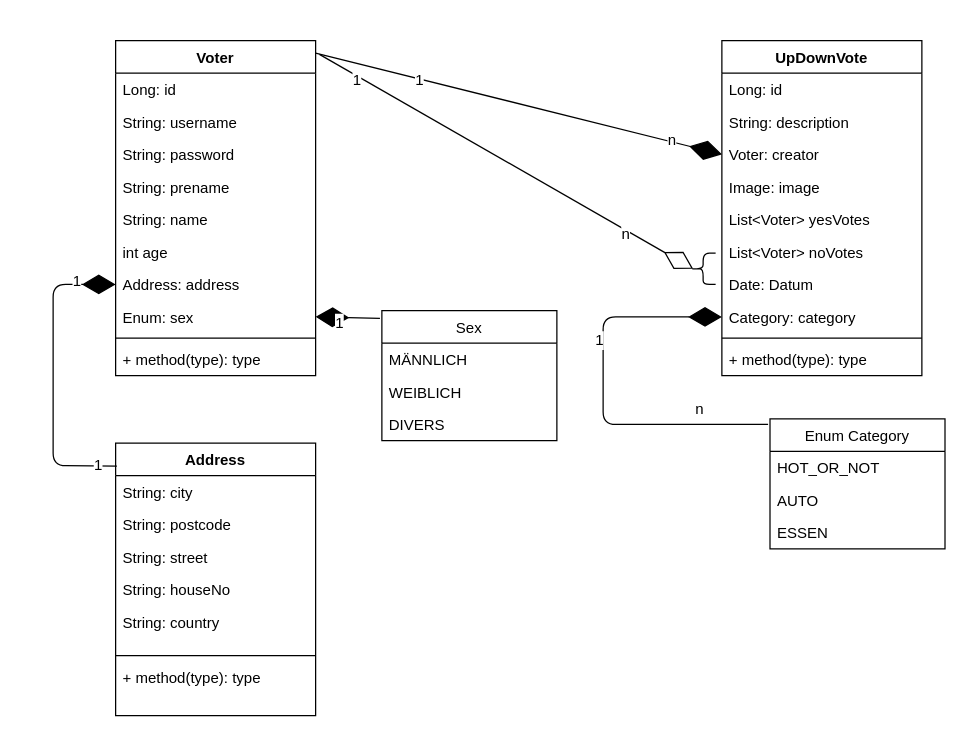
Earlier version of the draw.io diagram class-diagram.drawio (CodeWithFriendsKa/verteilte-systeme-vote-doku). Source tidied: cells renumbered, new cells numbered last; positions are measured from the earlier drawing's top-left corner, leaving out a move shared by most shapes. Both pictures are drawn from the tidied source at 125%, with x=0, y=0 at pixel (52, 40).
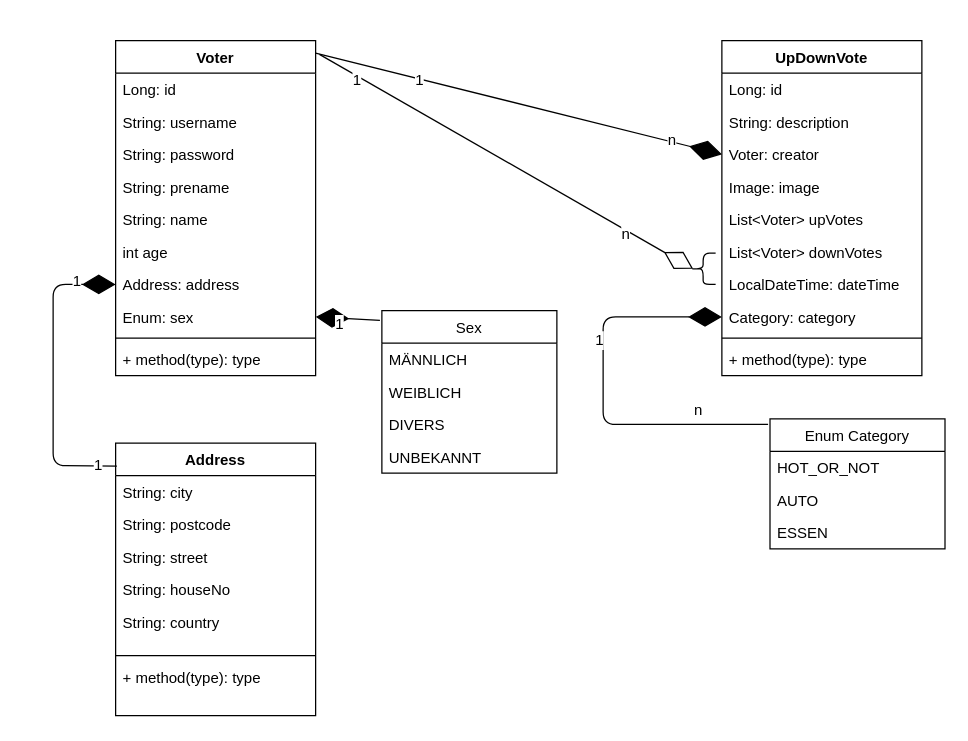
The same page after the edit.

Unchanged cells that the change refers to:
```xml
<mxCell id="13" value="UpDownVote" style="swimlane;fontStyle=1;align=center;verticalAlign=top;horizontal=1;startSize=26;" parent="1" vertex="1">
  <mxGeometry x="535" width="160" height="268" as="geometry" />
</mxCell>
```

The edit, as a diff of the source:
```diff
@@
-    <mxCell id="18" value="List&lt;Voter&gt; yesVotes" style="text;strokeColor=none;fillColor=none;align=left;verticalAlign=top;spacingLeft=4;spacingRight=4;overflow=hidden;" parent="13" vertex="1">
+    <mxCell id="18" value="List&lt;Voter&gt; upVotes" style="text;strokeColor=none;fillColor=none;align=left;verticalAlign=top;spacingLeft=4;spacingRight=4;overflow=hidden;" parent="13" vertex="1">
       <mxGeometry y="130" width="160" height="26" as="geometry" />
     </mxCell>
-    <mxCell id="19" value="List&lt;Voter&gt; noVotes" style="text;strokeColor=none;fillColor=none;align=left;verticalAlign=top;spacingLeft=4;spacingRight=4;overflow=hidden;" parent="13" vertex="1">
+    <mxCell id="19" value="List&lt;Voter&gt; downVotes" style="text;strokeColor=none;fillColor=none;align=left;verticalAlign=top;spacingLeft=4;spacingRight=4;overflow=hidden;" parent="13" vertex="1">
       <mxGeometry y="156" width="160" height="26" as="geometry" />
     </mxCell>
-    <mxCell id="20" value="Date: Datum" style="text;strokeColor=none;fillColor=none;align=left;verticalAlign=top;spacingLeft=4;spacingRight=4;overflow=hidden;" parent="13" vertex="1">
+    <mxCell id="20" value="LocalDateTime: dateTime" style="text;strokeColor=none;fillColor=none;align=left;verticalAlign=top;spacingLeft=4;spacingRight=4;overflow=hidden;" parent="13" vertex="1">
       <mxGeometry y="182" width="160" height="26" as="geometry" />
     </mxCell>
@@
     <mxCell id="48" value="Sex" style="swimlane;fontStyle=0;horizontal=1;startSize=26;fillColor=none;" parent="1" vertex="1">
-      <mxGeometry x="263" y="216" width="140" height="104" as="geometry" />
+      <mxGeometry x="263" y="216" width="140" height="130" as="geometry" />
     </mxCell>
@@
-    <mxCell id="51" value="DIVERS" style="text;strokeColor=none;fillColor=none;align=left;verticalAlign=top;spacingLeft=4;spacingRight=4;overflow=hidden;" parent="48" vertex="1">
+    <mxCell id="51" value="DIVERS&#10;" style="text;strokeColor=none;fillColor=none;align=left;verticalAlign=top;spacingLeft=4;spacingRight=4;overflow=hidden;" parent="48" vertex="1">
       <mxGeometry y="78" width="140" height="26" as="geometry" />
     </mxCell>
+    <mxCell id="55" value="UNBEKANNT&#10;" style="text;strokeColor=none;fillColor=none;align=left;verticalAlign=top;spacingLeft=4;spacingRight=4;overflow=hidden;" parent="48" vertex="1">
+      <mxGeometry y="104" width="140" height="26" as="geometry" />
+    </mxCell>
```
